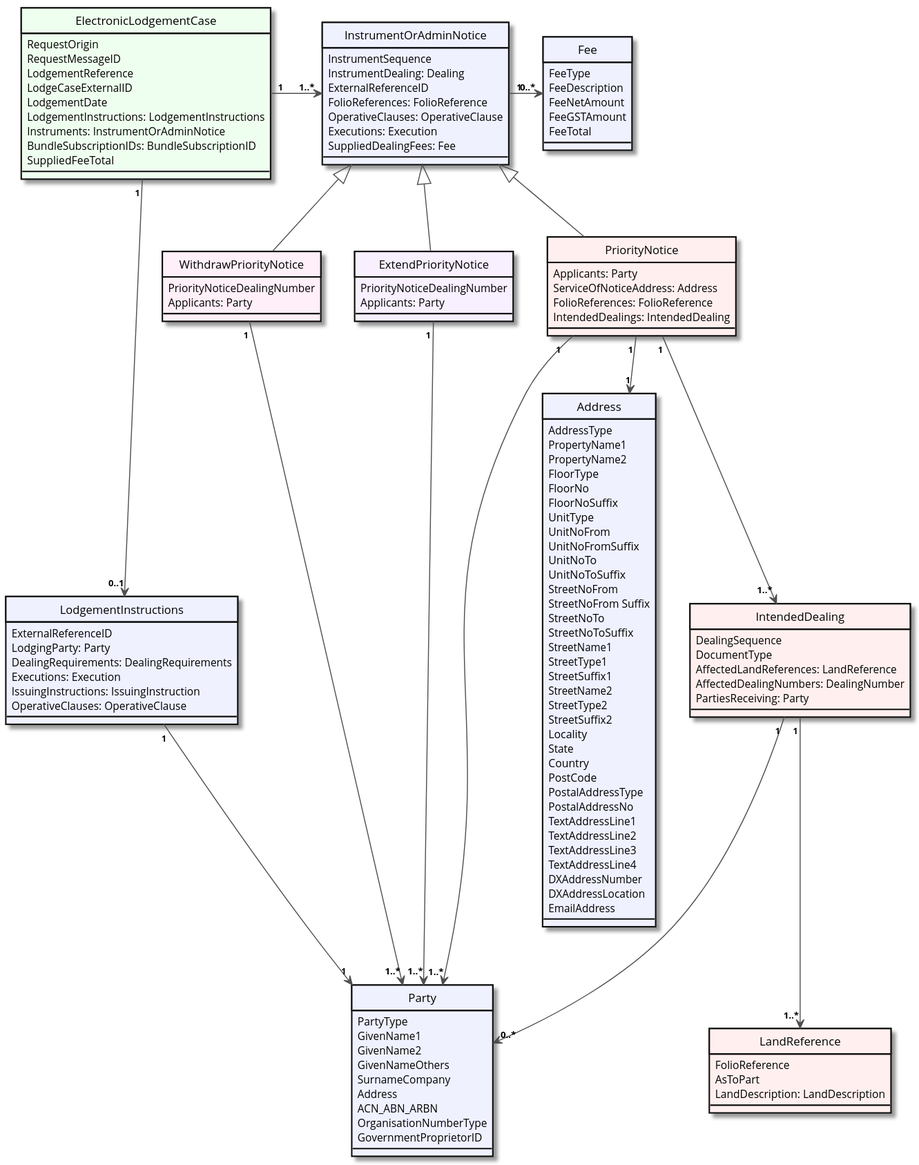
This is images/electronic-lodgement-case.svg from mrpeel/priority-notices-plantuml, a PlantUML export, as it was before one commit. Its source is kept beside it as puml/electronic-lodgement-case.puml.
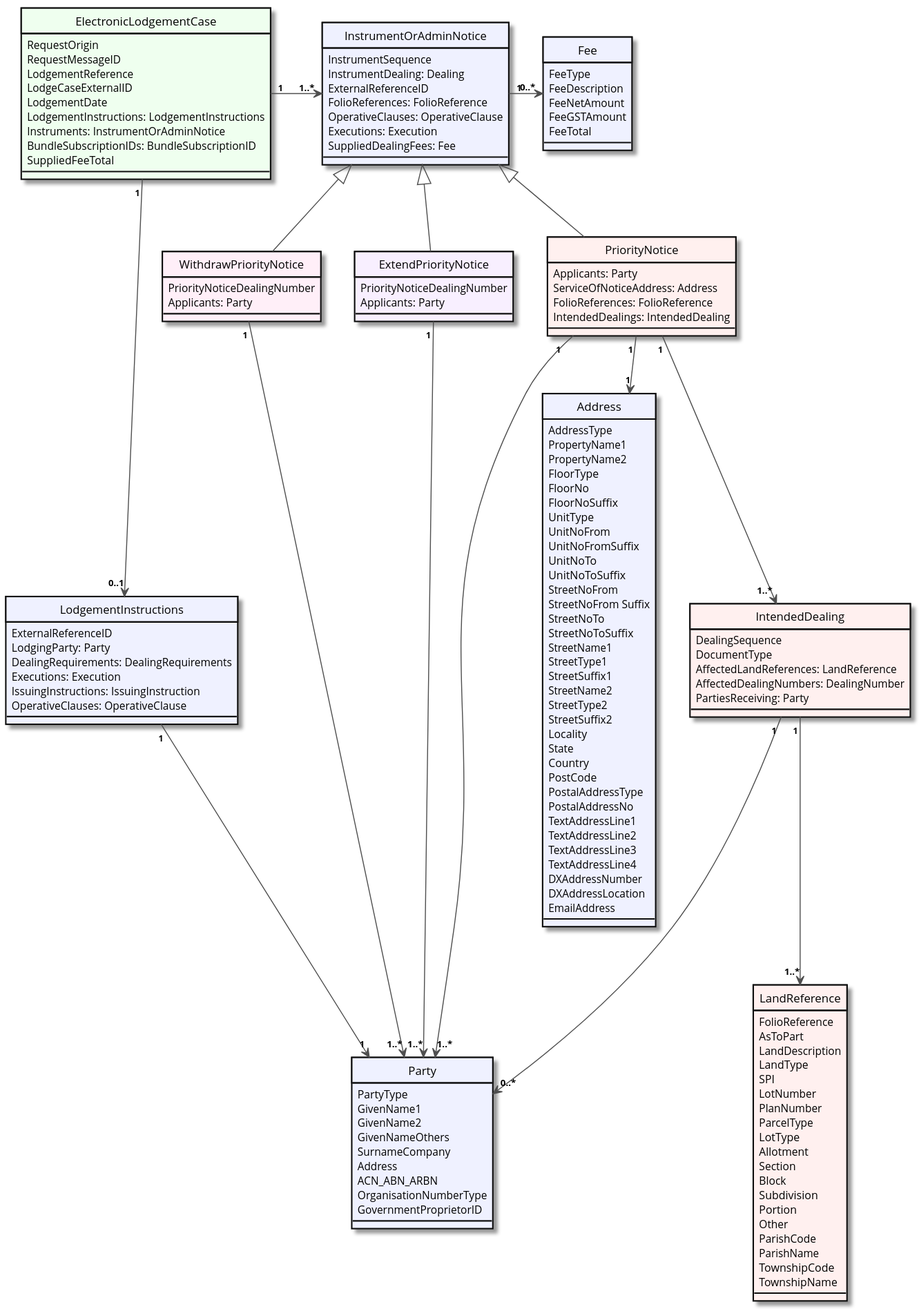
Above is the later version.

The edit, as a diff of the source:
```diff
@@ -124,7 +124,23 @@
 class LandReference #FFF0EF {
   FolioReference
   AsToPart
-  LandDescription: LandDescription
+  LandDescription
+  LandType
+  SPI
+  LotNumber
+  PlanNumber
+  ParcelType
+  LotType
+  Allotment
+  Section
+  Block
+  Subdivision
+  Portion
+  Other
+  ParishCode
+  ParishName
+  TownshipCode
+  TownshipName
 }
 
 ElectronicLodgementCase "1 " --> "0..1" LodgementInstructions
```
